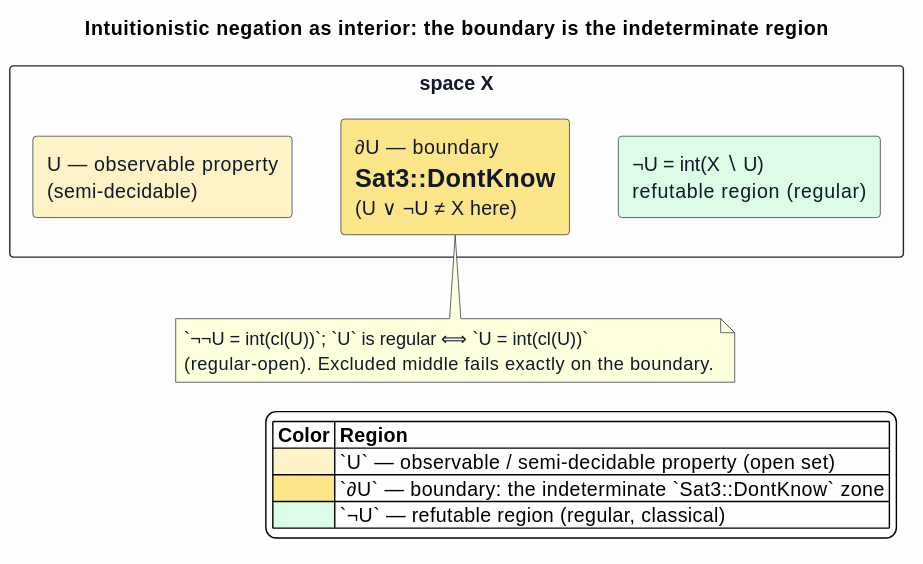
F1R3FLY-io/mettail-rust keeps this PlantUML diagram as docs/architecture/semantic-predicates/figures/12-negation-as-interior.svg. Above is the earlier version. Its diagram source:
```plantuml
@startuml
skinparam backgroundColor #FEFEFE
skinparam shadowing false
skinparam ArrowColor #374151
skinparam ArrowThickness 1.3
skinparam rectangle {
  BorderColor #1F2937
  FontColor #111827
}
skinparam note {
  BorderColor #1F2937
  FontColor #111827
}

title Intuitionistic negation as interior: the boundary is the indeterminate region

rectangle "space X" as X {
  rectangle "U — observable property\n(semi-decidable)" as U #FEF3C7
  rectangle "∂U — boundary\n= Sat3::DontKnow\n(U ∨ ¬U ≠ X here)" as B #FDE68A
  rectangle "¬U = int(X ∖ U)\nrefutable region (regular)" as NU #DCFCE7

  U -[hidden]right- B
  B -[hidden]right- NU
}

note bottom of B
  `¬¬U = int(cl(U))`; `U` is regular ⟺ `U = int(cl(U))`
  (regular-open). Excluded middle fails exactly on the boundary.
end note

legend right
|= Color |= Region |
|<#FEF3C7> | `U` — observable / semi-decidable property (open set) |
|<#FDE68A> | `∂U` — boundary: the indeterminate `Sat3::DontKnow` zone |
|<#DCFCE7> | `¬U` — refutable region (regular, classical) |
endlegend
@enduml
```
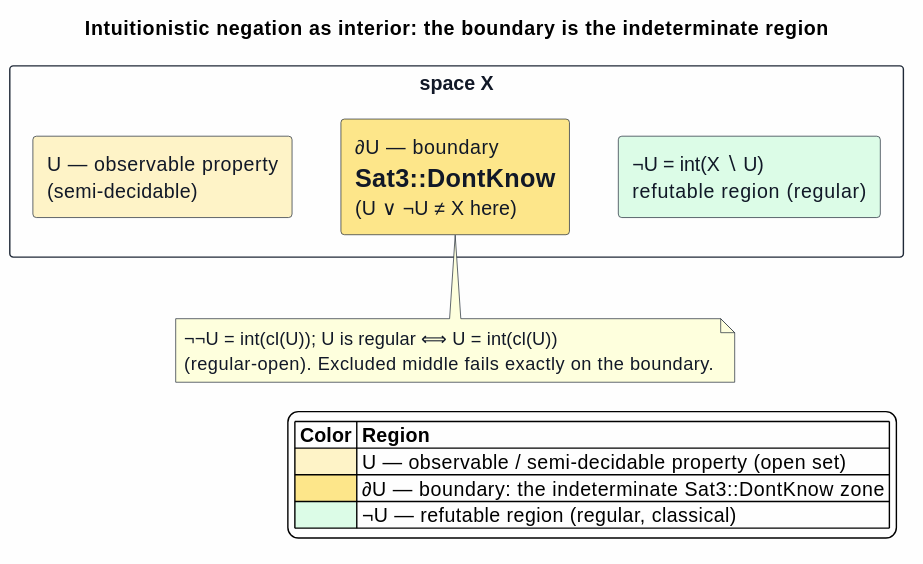
The same diagram one commit later.

What changed in the source:
```diff
@@ -24,14 +24,14 @@
 }
 
 note bottom of B
-  `¬¬U = int(cl(U))`; `U` is regular ⟺ `U = int(cl(U))`
+  ¬¬U = int(cl(U)); U is regular ⟺ U = int(cl(U))
   (regular-open). Excluded middle fails exactly on the boundary.
 end note
 
 legend right
 |= Color |= Region |
-|<#FEF3C7> | `U` — observable / semi-decidable property (open set) |
-|<#FDE68A> | `∂U` — boundary: the indeterminate `Sat3::DontKnow` zone |
-|<#DCFCE7> | `¬U` — refutable region (regular, classical) |
+|<#FEF3C7> | U — observable / semi-decidable property (open set) |
+|<#FDE68A> | ∂U — boundary: the indeterminate Sat3::DontKnow zone |
+|<#DCFCE7> | ¬U — refutable region (regular, classical) |
 endlegend
 @enduml
```
